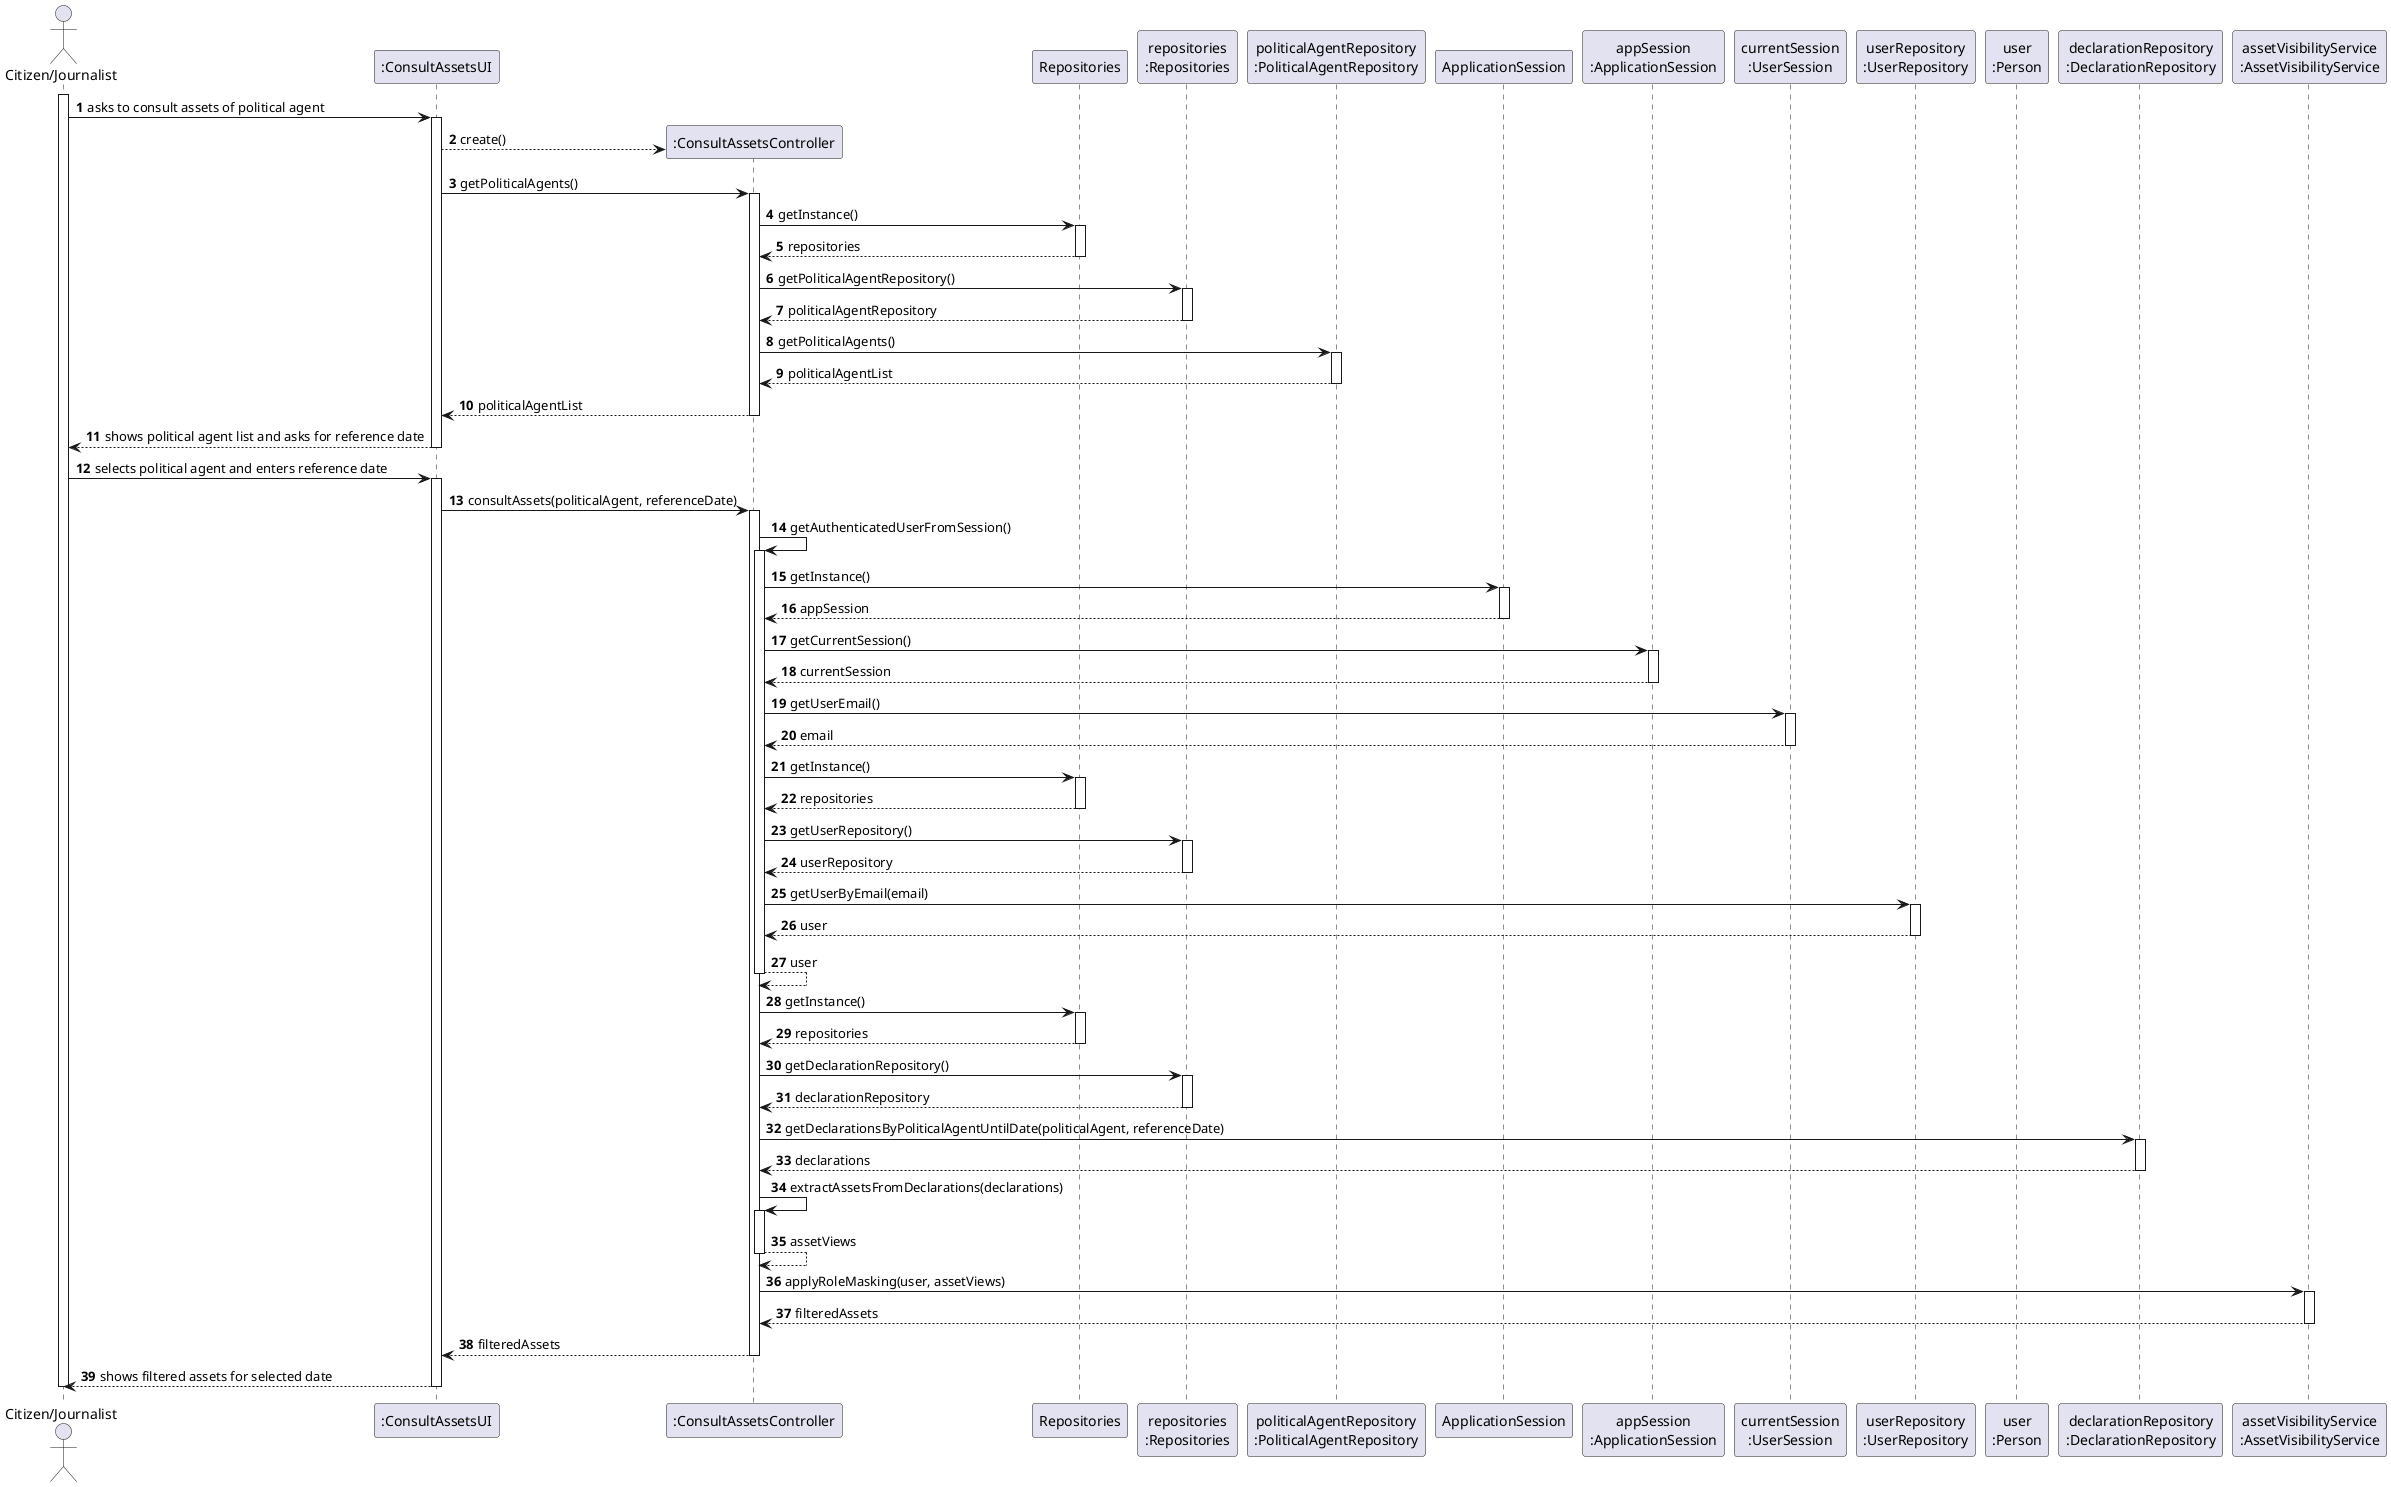
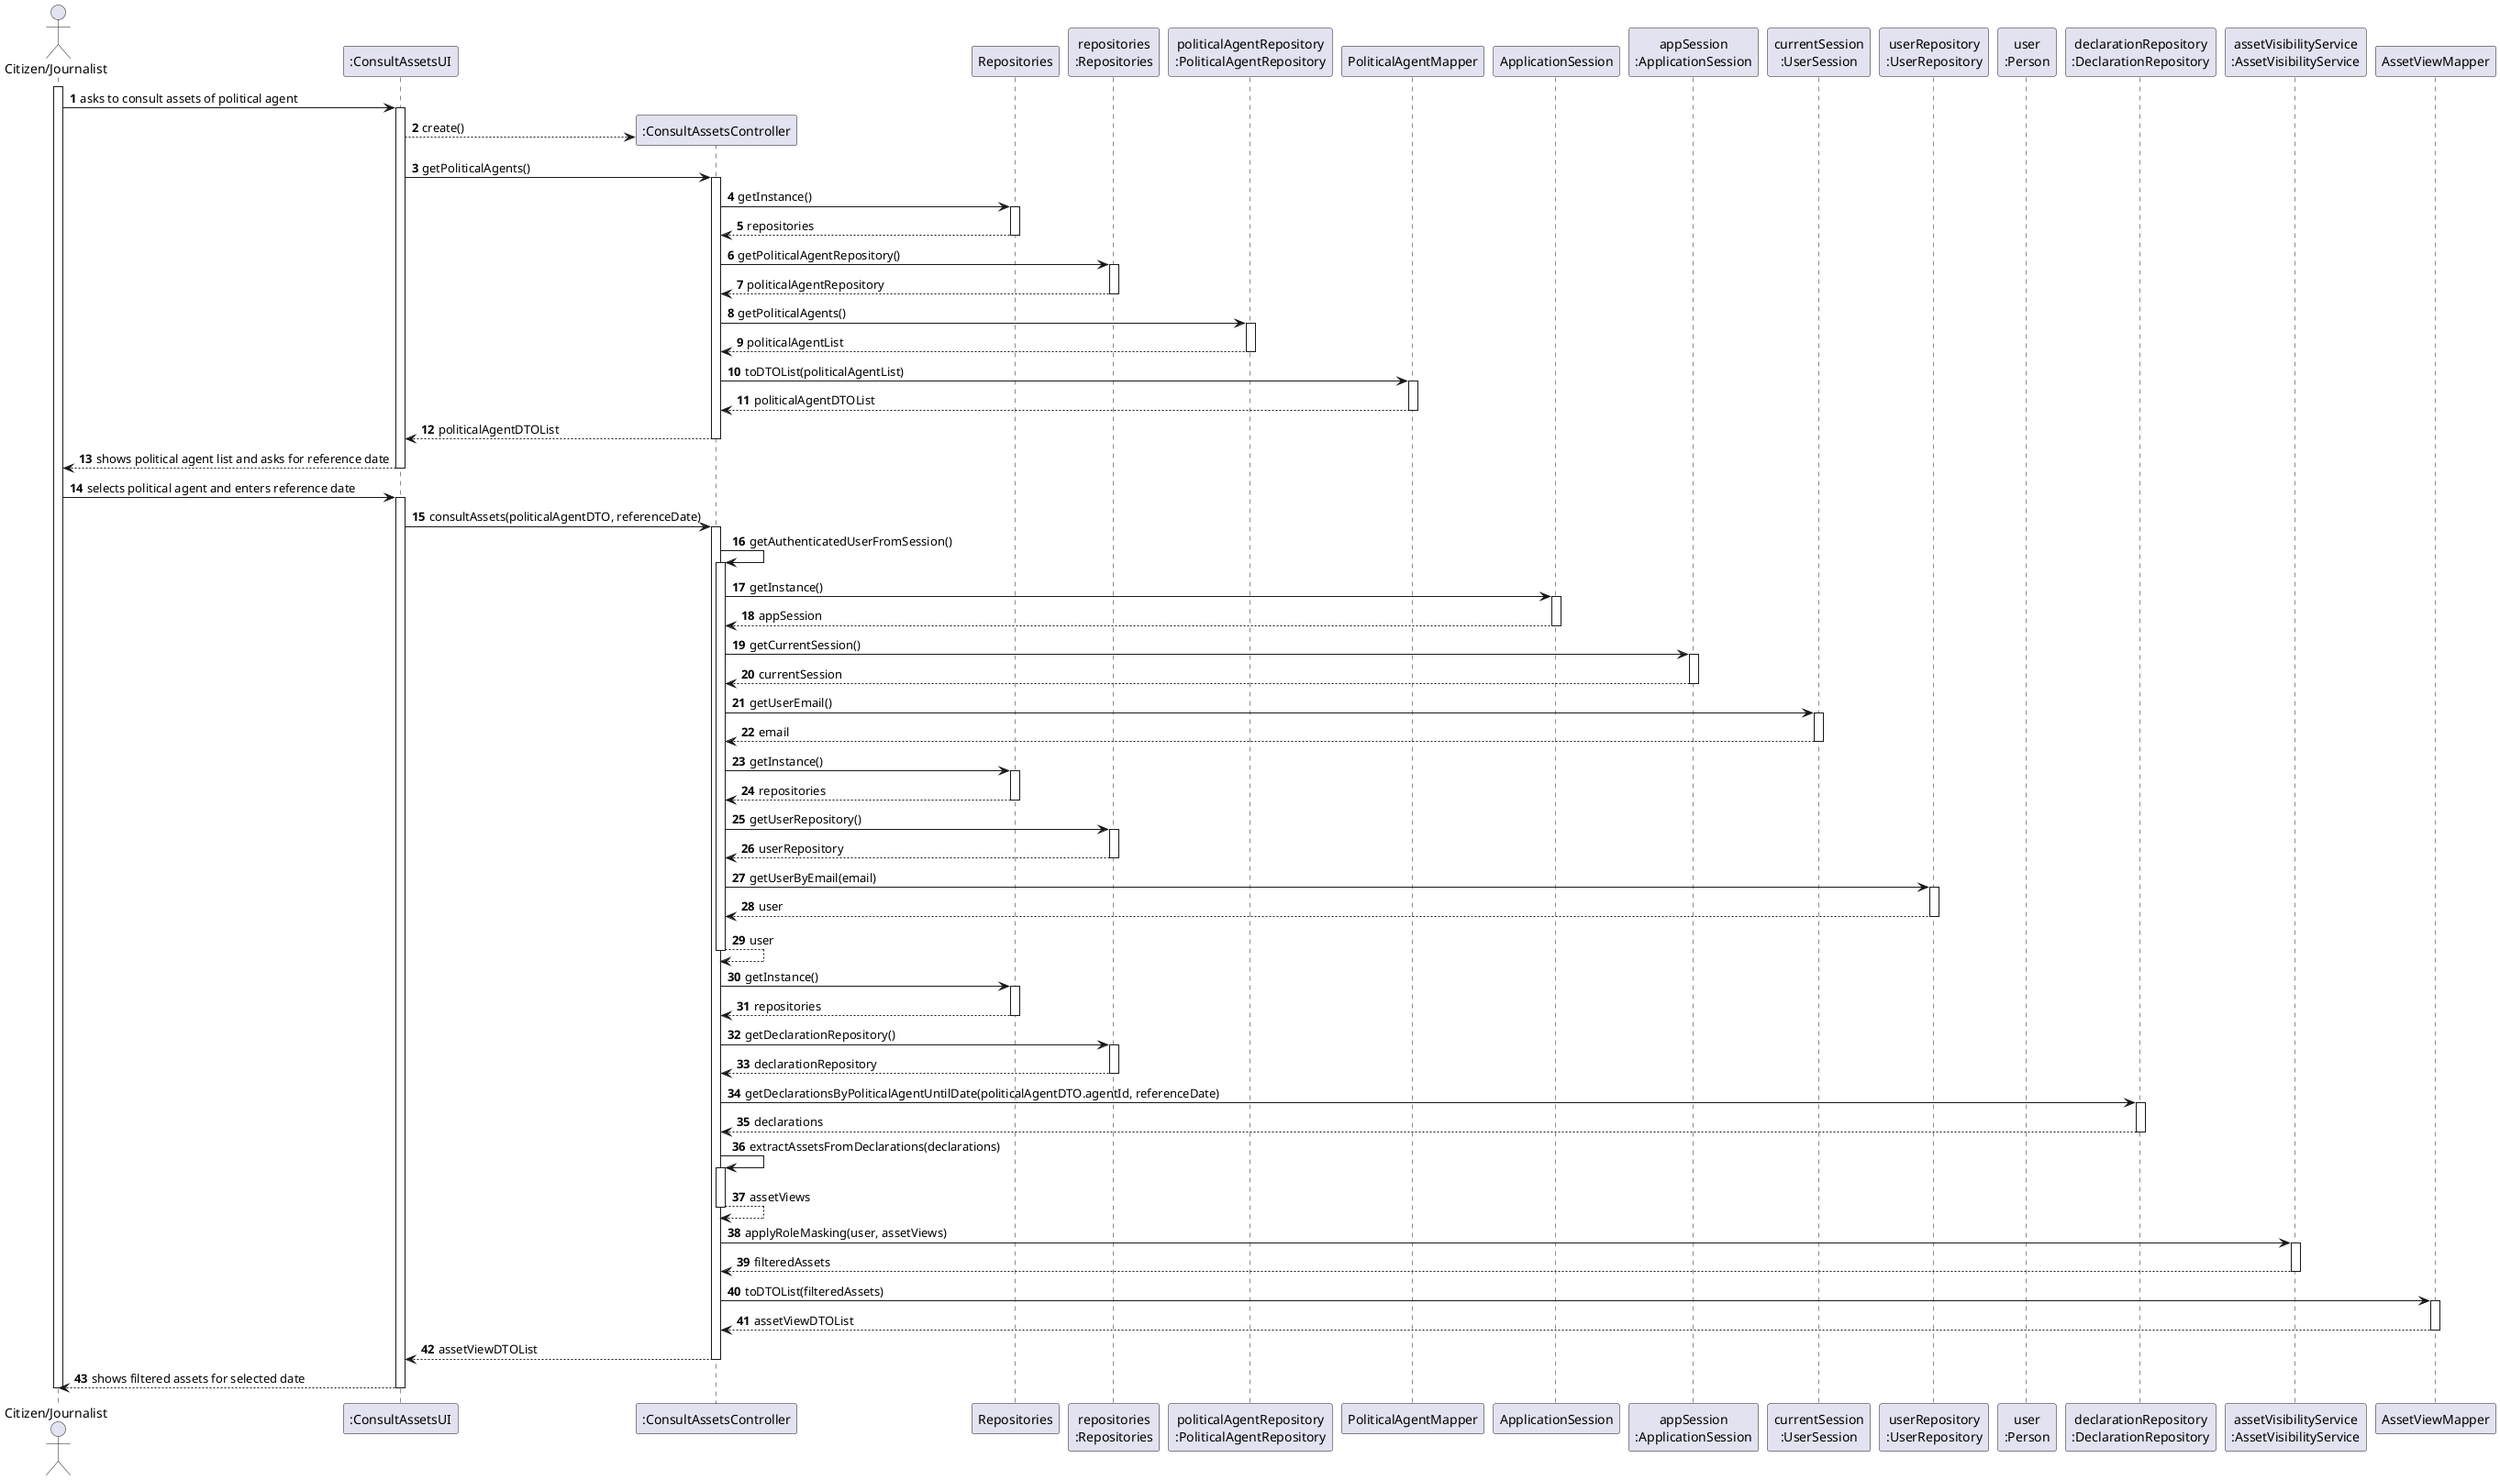
@startuml
skinparam packageStyle rectangle
skinparam shadowing false

autonumber

actor "Citizen/Journalist" as USER_ACTOR

participant ":ConsultAssetsUI" as UI
participant ":ConsultAssetsController" as CTRL
participant "Repositories" as REPOS
participant "repositories\n:Repositories" as REPOS_SINGLETON
participant "politicalAgentRepository\n:PoliticalAgentRepository" as AGENT_REPO
+ participant "PoliticalAgentMapper" as AGENT_MAPPER
participant "ApplicationSession" as APP_SESSION
participant "appSession\n:ApplicationSession" as APP_SESSION_SINGLETON
participant "currentSession\n:UserSession" as CURRENT_SESSION
participant "userRepository\n:UserRepository" as USER_REPO
participant "user\n:Person" as USER
participant "declarationRepository\n:DeclarationRepository" as DECL_REPO
participant "assetVisibilityService\n:AssetVisibilityService" as VISIBILITY_SERVICE
+ participant "AssetViewMapper" as ASSET_MAPPER

activate USER_ACTOR

    USER_ACTOR -> UI : asks to consult assets of political agent
    activate UI
        UI --> CTRL** : create()

        UI -> CTRL : getPoliticalAgents()
        activate CTRL
            CTRL -> REPOS : getInstance()
            activate REPOS
                REPOS --> CTRL : repositories
            deactivate REPOS

            CTRL -> REPOS_SINGLETON : getPoliticalAgentRepository()
            activate REPOS_SINGLETON
                REPOS_SINGLETON --> CTRL : politicalAgentRepository
            deactivate REPOS_SINGLETON

            CTRL -> AGENT_REPO : getPoliticalAgents()
            activate AGENT_REPO
                AGENT_REPO --> CTRL : politicalAgentList
            deactivate AGENT_REPO

-             CTRL --> UI : politicalAgentList
+             CTRL -> AGENT_MAPPER : toDTOList(politicalAgentList)
+             activate AGENT_MAPPER
+                 AGENT_MAPPER --> CTRL : politicalAgentDTOList
+             deactivate AGENT_MAPPER
+ 
+             CTRL --> UI : politicalAgentDTOList
        deactivate CTRL

        UI --> USER_ACTOR : shows political agent list and asks for reference date
    deactivate UI

    USER_ACTOR -> UI : selects political agent and enters reference date
    activate UI
-         UI -> CTRL : consultAssets(politicalAgent, referenceDate)
+         UI -> CTRL : consultAssets(politicalAgentDTO, referenceDate)
        activate CTRL

            CTRL -> CTRL : getAuthenticatedUserFromSession()
            activate CTRL
                CTRL -> APP_SESSION : getInstance()
                activate APP_SESSION
                    APP_SESSION --> CTRL : appSession
                deactivate APP_SESSION

                CTRL -> APP_SESSION_SINGLETON : getCurrentSession()
                activate APP_SESSION_SINGLETON
                    APP_SESSION_SINGLETON --> CTRL : currentSession
                deactivate APP_SESSION_SINGLETON

                CTRL -> CURRENT_SESSION : getUserEmail()
                activate CURRENT_SESSION
                    CURRENT_SESSION --> CTRL : email
                deactivate CURRENT_SESSION

                CTRL -> REPOS : getInstance()
                activate REPOS
                    REPOS --> CTRL : repositories
                deactivate REPOS

                CTRL -> REPOS_SINGLETON : getUserRepository()
                activate REPOS_SINGLETON
                    REPOS_SINGLETON --> CTRL : userRepository
                deactivate REPOS_SINGLETON

                CTRL -> USER_REPO : getUserByEmail(email)
                activate USER_REPO
                    USER_REPO --> CTRL : user
                deactivate USER_REPO

                CTRL --> CTRL : user
            deactivate CTRL

            CTRL -> REPOS : getInstance()
            activate REPOS
                REPOS --> CTRL : repositories
            deactivate REPOS

            CTRL -> REPOS_SINGLETON : getDeclarationRepository()
            activate REPOS_SINGLETON
                REPOS_SINGLETON --> CTRL : declarationRepository
            deactivate REPOS_SINGLETON

-             CTRL -> DECL_REPO : getDeclarationsByPoliticalAgentUntilDate(politicalAgent, referenceDate)
+             CTRL -> DECL_REPO : getDeclarationsByPoliticalAgentUntilDate(politicalAgentDTO.agentId, referenceDate)
            activate DECL_REPO
                DECL_REPO --> CTRL : declarations
            deactivate DECL_REPO

            CTRL -> CTRL : extractAssetsFromDeclarations(declarations)
            activate CTRL
                CTRL --> CTRL : assetViews
            deactivate CTRL

            CTRL -> VISIBILITY_SERVICE : applyRoleMasking(user, assetViews)
            activate VISIBILITY_SERVICE
                VISIBILITY_SERVICE --> CTRL : filteredAssets
            deactivate VISIBILITY_SERVICE

-             CTRL --> UI : filteredAssets
+             CTRL -> ASSET_MAPPER : toDTOList(filteredAssets)
+             activate ASSET_MAPPER
+                 ASSET_MAPPER --> CTRL : assetViewDTOList
+             deactivate ASSET_MAPPER
+ 
+             CTRL --> UI : assetViewDTOList
        deactivate CTRL

        UI --> USER_ACTOR : shows filtered assets for selected date
    deactivate UI

deactivate USER_ACTOR

@enduml
